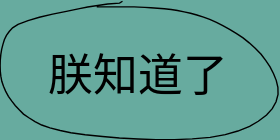
This is src/assets/yes.drawio.svg from Topthinking/techsum, a draw.io export, as it was before one commit. Source tidied: cells renumbered, new cells last; positions are measured from the earlier drawing's top-left corner, leaving out a move shared by most shapes.
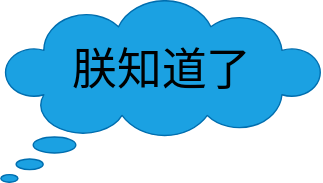
The same file after the commit.

The edit, as a diff of the source:
```diff
@@ -1,9 +1,12 @@
-<mxGraphModel background="#67AB9F">
+<mxGraphModel>
   <root>
     <mxCell id="0" />
     <mxCell id="1" parent="0" />
+    <mxCell id="3" value="&lt;div&gt;&lt;br&gt;&lt;/div&gt;" style="whiteSpace=wrap;html=1;shape=mxgraph.basic.cloud_callout;fontFamily=Garamond;fontSize=32;align=center;fillColor=#1ba1e2;strokeColor=#006EAF;fontColor=#ffffff;" parent="1" vertex="1">
+      <mxGeometry x="-45.4" y="-29.6" width="230" height="130" as="geometry" />
+    </mxCell>
-    <mxCell id="2" value="朕知道了" style="shape=(stored shape, 1008 characters);fontSize=32;fillColor=#99004D;gradientColor=none;" parent="1" vertex="1">
-      <mxGeometry x="-0.4" y="0.4" width="198.5" height="98.8" as="geometry" />
+    <mxCell id="2" value="朕知道了" style="text;html=1;align=center;verticalAlign=middle;fontSize=32;fontFamily=Garamond;" parent="1" vertex="1">
+      <mxGeometry x="-0.4" y="0.4" width="140" height="40" as="geometry" />
     </mxCell>
   </root>
 </mxGraphModel>
```
